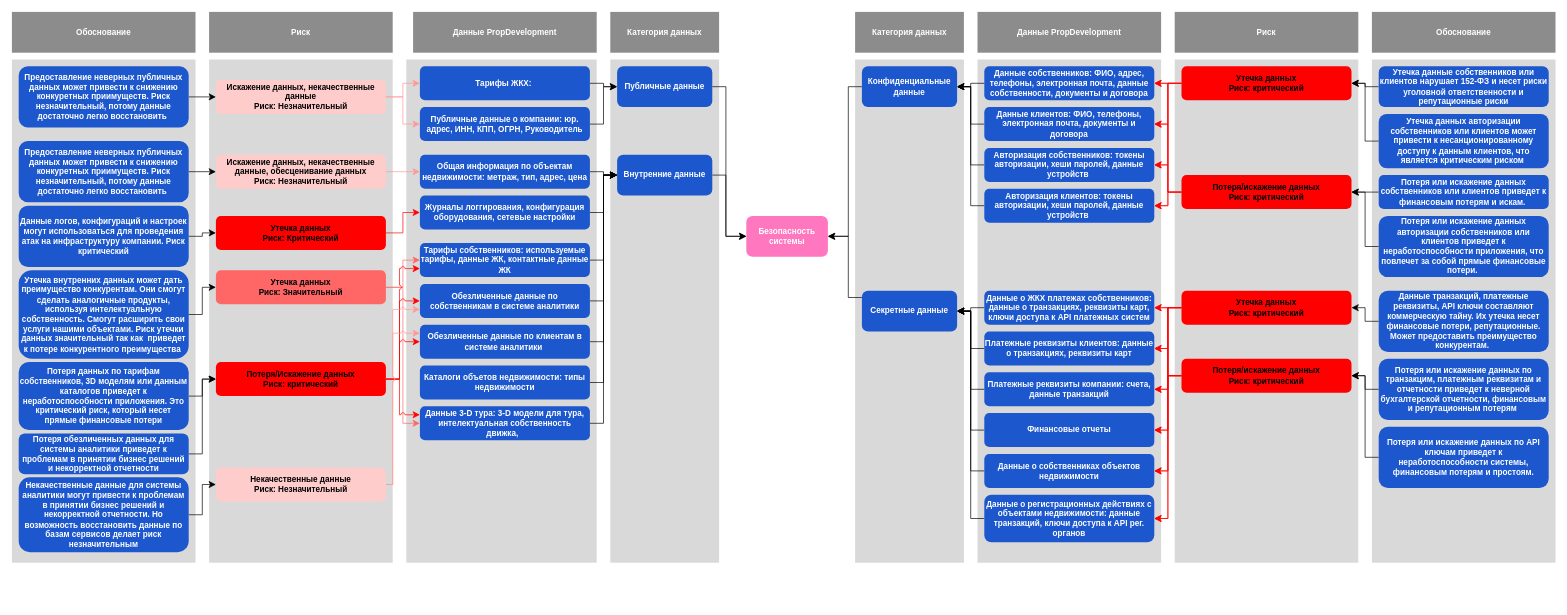
The draw.io diagram Task1/mindmap.drawio in tryexceptend/architecture-propdevelopment, before the edit. Source tidied: cells renumbered, new cells numbered last; positions are measured from the earlier drawing's top-left corner, leaving out a move shared by most shapes. Both pictures are drawn from the tidied source at 68%, with x=0, y=0 at pixel (12, 12).
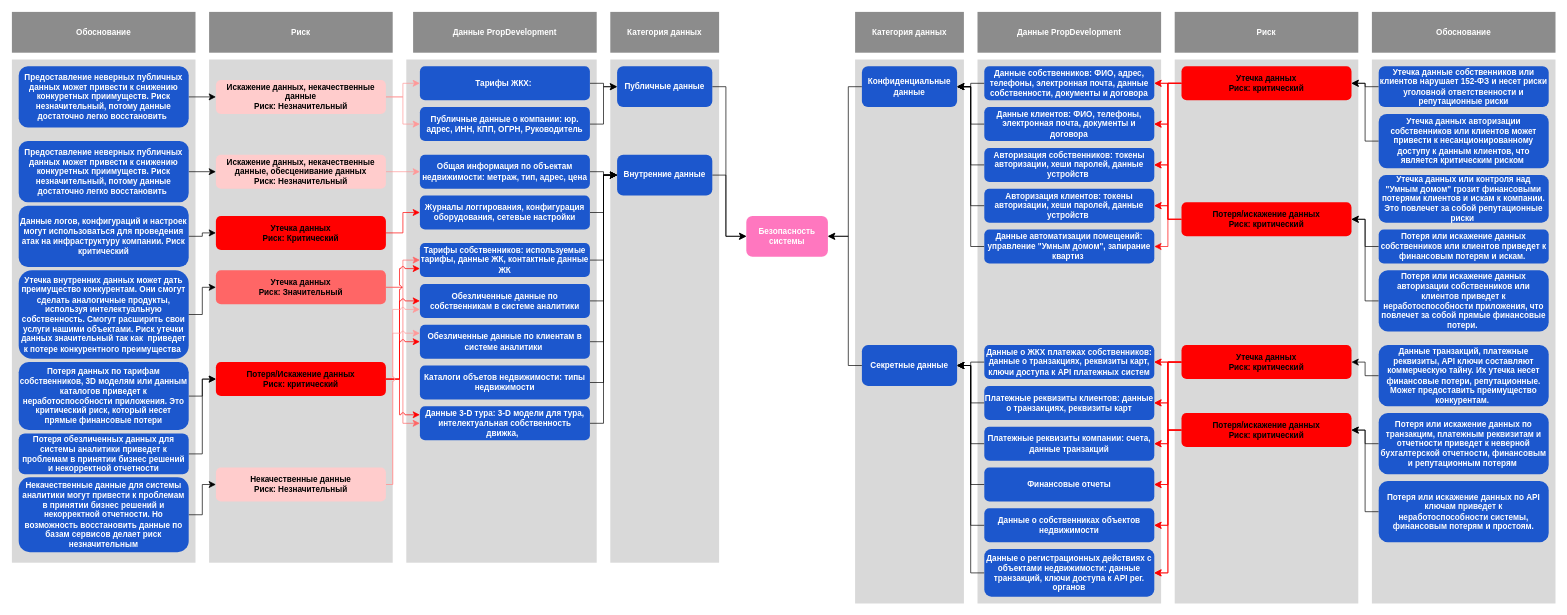
After the change.

The change refers to these unchanged cells:
```xml
<mxCell id="11" value="Безопасность системы" style="rounded=1;whiteSpace=wrap;html=1;fillColor=#FF77BF;fontColor=#FFFFFF;fontStyle=1;strokeColor=none;" parent="1" vertex="1">
  <mxGeometry x="1080" y="300" width="120" height="60" as="geometry" />
</mxCell>
<mxCell id="18" value="Конфиденциальные данные" style="rounded=1;whiteSpace=wrap;html=1;fillColor=#1C57CD;fontColor=#FFFFFF;fontStyle=1;strokeColor=none;" parent="1" vertex="1">
  <mxGeometry x="1250" y="80" width="140" height="60" as="geometry" />
</mxCell>
<mxCell id="91" value="Утечка данных&lt;div&gt;Риск: критический&lt;/div&gt;" style="rounded=1;whiteSpace=wrap;html=1;fillColor=#FF0000;fontColor=#000000;fontStyle=1;strokeColor=none;" parent="1" vertex="1">
  <mxGeometry x="1720" y="80" width="250" height="50" as="geometry" />
</mxCell>
```

The edit, as a diff of the source:
```diff
@@
     <mxCell id="3" style="rounded=0;whiteSpace=wrap;html=1;fillColor=#D9D9D9;strokeColor=none;" parent="1" vertex="1">
-      <mxGeometry x="1710" y="70" width="270" height="740" as="geometry" />
+      <mxGeometry x="1710" y="70" width="270" height="800" as="geometry" />
     </mxCell>
@@
     <mxCell id="6" style="rounded=0;whiteSpace=wrap;html=1;fillColor=#D9D9D9;strokeColor=none;" parent="1" vertex="1">
-      <mxGeometry x="1420" y="70" width="270" height="740" as="geometry" />
+      <mxGeometry x="1420" y="70" width="270" height="800" as="geometry" />
     </mxCell>
@@
     <mxCell id="9" style="rounded=0;whiteSpace=wrap;html=1;fillColor=#D9D9D9;strokeColor=none;" parent="1" vertex="1">
-      <mxGeometry x="1240" y="70" width="160" height="740" as="geometry" />
+      <mxGeometry x="1240" y="70" width="160" height="800" as="geometry" />
     </mxCell>
@@
     <mxCell id="19" style="edgeStyle=orthogonalEdgeStyle;rounded=0;jettySize=auto;html=1;entryX=1;entryY=0.5;entryDx=0;entryDy=0;fontSize=12;startSize=8;endSize=8;" parent="1" edge="1" source="20" target="11">
       <mxGeometry relative="1" as="geometry">
         <Array as="points">
-          <mxPoint x="1230" y="420" />
+          <mxPoint x="1230" y="520" />
           <mxPoint x="1230" y="330" />
         </Array>
       </mxGeometry>
     </mxCell>
     <mxCell id="20" value="Секретные данные" style="rounded=1;whiteSpace=wrap;html=1;fillColor=#1C57CD;fontColor=#FFFFFF;fontStyle=1;strokeColor=none;" parent="1" vertex="1">
-      <mxGeometry x="1250" y="410" width="140" height="60" as="geometry" />
+      <mxGeometry x="1250" y="490" width="140" height="60" as="geometry" />
     </mxCell>
@@
     <mxCell id="48" value="Данные о ЖКХ платежах собственников: данные о транзакциях, реквизиты карт, ключи доступа к API платежных систем" style="rounded=1;whiteSpace=wrap;html=1;fillColor=#1C57CD;fontColor=#FFFFFF;fontStyle=1;strokeColor=none;" parent="1" vertex="1">
-      <mxGeometry x="1430" y="410" width="250" height="50" as="geometry" />
+      <mxGeometry x="1430" y="490" width="250" height="50" as="geometry" />
     </mxCell>
@@
     <mxCell id="50" value="Платежные реквизиты компании: счета, данные транзакций" style="rounded=1;whiteSpace=wrap;html=1;fillColor=#1C57CD;fontColor=#FFFFFF;fontStyle=1;strokeColor=none;" parent="1" vertex="1">
-      <mxGeometry x="1430" y="530" width="250" height="50" as="geometry" />
+      <mxGeometry x="1430" y="610" width="250" height="50" as="geometry" />
     </mxCell>
@@
     <mxCell id="52" value="Финансовые отчеты" style="rounded=1;whiteSpace=wrap;html=1;fillColor=#1C57CD;fontColor=#FFFFFF;fontStyle=1;strokeColor=none;" parent="1" vertex="1">
-      <mxGeometry x="1430" y="590" width="250" height="50" as="geometry" />
+      <mxGeometry x="1430" y="670" width="250" height="50" as="geometry" />
     </mxCell>
@@
     <mxCell id="54" value="Данные о собственниках объектов недвижимости" style="rounded=1;whiteSpace=wrap;html=1;fillColor=#1C57CD;fontColor=#FFFFFF;fontStyle=1;strokeColor=none;" parent="1" vertex="1">
-      <mxGeometry x="1430" y="650" width="250" height="50" as="geometry" />
+      <mxGeometry x="1430" y="730" width="250" height="50" as="geometry" />
     </mxCell>
@@
     <mxCell id="56" value="Данные о регистрационных действиях с объектами недвижимости: данные транзакций, ключи доступа к API рег. органов" style="rounded=1;whiteSpace=wrap;html=1;fillColor=#1C57CD;fontColor=#FFFFFF;fontStyle=1;strokeColor=none;" parent="1" vertex="1">
-      <mxGeometry x="1430" y="710" width="250" height="70" as="geometry" />
+      <mxGeometry x="1430" y="790" width="250" height="70" as="geometry" />
     </mxCell>
@@
     <mxCell id="58" value="Платежные реквизиты клиентов: данные о транзакциях, реквизиты карт" style="rounded=1;whiteSpace=wrap;html=1;fillColor=#1C57CD;fontColor=#FFFFFF;fontStyle=1;strokeColor=none;" parent="1" vertex="1">
-      <mxGeometry x="1430" y="470" width="250" height="50" as="geometry" />
+      <mxGeometry x="1430" y="550" width="250" height="50" as="geometry" />
     </mxCell>
@@
     <mxCell id="64" style="rounded=0;whiteSpace=wrap;html=1;fillColor=#D9D9D9;strokeColor=none;" parent="1" vertex="1">
-      <mxGeometry x="2000" y="70" width="270" height="740" as="geometry" />
+      <mxGeometry x="2000" y="70" width="270" height="800" as="geometry" />
     </mxCell>
@@
+    <mxCell id="135" style="edgeStyle=orthogonalEdgeStyle;rounded=0;jettySize=auto;html=1;entryX=1;entryY=0.5;entryDx=0;entryDy=0;fontSize=12;startSize=8;endSize=8;strokeColor=#FF0000;" parent="1" edge="1" source="91" target="137">
+      <mxGeometry relative="1" as="geometry" />
+    </mxCell>
@@
     <mxCell id="100" value="Потеря/искажение данных&lt;div&gt;Риск: критический&lt;/div&gt;" style="rounded=1;whiteSpace=wrap;html=1;fillColor=#FF0000;fontColor=#000000;fontStyle=1;strokeColor=none;" parent="1" vertex="1">
-      <mxGeometry x="1720" y="240" width="250" height="50" as="geometry" />
+      <mxGeometry x="1720" y="280" width="250" height="50" as="geometry" />
     </mxCell>
@@
     <mxCell id="102" value="Потеря или искажение данных собственников или клиентов приведет к финансовым потерям и искам.&amp;nbsp;" style="rounded=1;whiteSpace=wrap;html=1;fillColor=#1C57CD;fontColor=#FFFFFF;fontStyle=1;strokeColor=none;" parent="1" vertex="1">
-      <mxGeometry x="2010" y="240" width="250" height="50" as="geometry" />
+      <mxGeometry x="2010" y="320" width="250" height="50" as="geometry" />
     </mxCell>
@@
     <mxCell id="104" value="Потеря или искажение данных авторизации собственников или клиентов приведет к неработоспособности приложения, что повлечет за собой прямые финансовые потери.&amp;nbsp;" style="rounded=1;whiteSpace=wrap;html=1;fillColor=#1C57CD;fontColor=#FFFFFF;fontStyle=1;strokeColor=none;" parent="1" vertex="1">
-      <mxGeometry x="2010" y="300" width="250" height="90" as="geometry" />
+      <mxGeometry x="2010" y="380" width="250" height="90" as="geometry" />
     </mxCell>
@@
     <mxCell id="111" value="Утечка данных&lt;div&gt;Риск: критический&lt;/div&gt;" style="rounded=1;whiteSpace=wrap;html=1;fillColor=#FF0000;fontColor=#000000;fontStyle=1;strokeColor=none;" parent="1" vertex="1">
-      <mxGeometry x="1720" y="410" width="250" height="50" as="geometry" />
+      <mxGeometry x="1720" y="490" width="250" height="50" as="geometry" />
     </mxCell>
@@
     <mxCell id="113" value="Данные транзакций, платежные реквизиты, API ключи составляют коммерческую тайну. Их утечка несет финансовые потери, репутационные. Может предоставить преимущество конкурентам.&amp;nbsp;" style="rounded=1;whiteSpace=wrap;html=1;fillColor=#1C57CD;fontColor=#FFFFFF;fontStyle=1;strokeColor=none;" parent="1" vertex="1">
-      <mxGeometry x="2010" y="410" width="250" height="90" as="geometry" />
+      <mxGeometry x="2010" y="490" width="250" height="90" as="geometry" />
     </mxCell>
@@
     <mxCell id="120" value="Потеря/искажение данных&lt;div&gt;Риск: критический&lt;/div&gt;" style="rounded=1;whiteSpace=wrap;html=1;fillColor=#FF0000;fontColor=#000000;fontStyle=1;strokeColor=none;" parent="1" vertex="1">
-      <mxGeometry x="1720" y="510" width="250" height="50" as="geometry" />
+      <mxGeometry x="1720" y="590" width="250" height="50" as="geometry" />
     </mxCell>
@@
     <mxCell id="122" value="Потеря или искажение данных по транзакцим, платежным реквизитам и отчетности приведет к неверной бухгалтерской отчетности, финансовым и репутационным потерям&amp;nbsp;" style="rounded=1;whiteSpace=wrap;html=1;fillColor=#1C57CD;fontColor=#FFFFFF;fontStyle=1;strokeColor=none;" parent="1" vertex="1">
-      <mxGeometry x="2010" y="510" width="250" height="90" as="geometry" />
+      <mxGeometry x="2010" y="590" width="250" height="90" as="geometry" />
     </mxCell>
@@
     <mxCell id="124" value="Потеря или искажение данных по API ключам приведет к неработоспособности системы, финансовым потерям и простоям." style="rounded=1;whiteSpace=wrap;html=1;fillColor=#1C57CD;fontColor=#FFFFFF;fontStyle=1;strokeColor=none;" parent="1" vertex="1">
-      <mxGeometry x="2010" y="610" width="250" height="90" as="geometry" />
+      <mxGeometry x="2010" y="690" width="250" height="90" as="geometry" />
     </mxCell>
@@
+    <mxCell id="136" style="edgeStyle=orthogonalEdgeStyle;rounded=0;jettySize=auto;html=1;entryX=1;entryY=0.5;entryDx=0;entryDy=0;fontSize=12;startSize=8;endSize=8;" parent="1" edge="1" source="137" target="18">
+      <mxGeometry relative="1" as="geometry" />
+    </mxCell>
+    <mxCell id="137" value="Данные автоматизации помещений: управление &quot;Умным домом&quot;, запирание квартиз&amp;nbsp;" style="rounded=1;whiteSpace=wrap;html=1;fillColor=#1C57CD;fontColor=#FFFFFF;fontStyle=1;strokeColor=none;" parent="1" vertex="1">
+      <mxGeometry x="1430" y="320" width="250" height="50" as="geometry" />
+    </mxCell>
+    <mxCell id="138" value="Утечка данных или контроля над &quot;Умным домом&quot; грозит финансовыми потерями клиентов и искам к компании. Это повлечет за собой репутационные риски&amp;nbsp;" style="rounded=1;whiteSpace=wrap;html=1;fillColor=#1C57CD;fontColor=#FFFFFF;fontStyle=1;strokeColor=none;" parent="1" vertex="1">
+      <mxGeometry x="2010" y="240" width="250" height="70" as="geometry" />
+    </mxCell>
```
